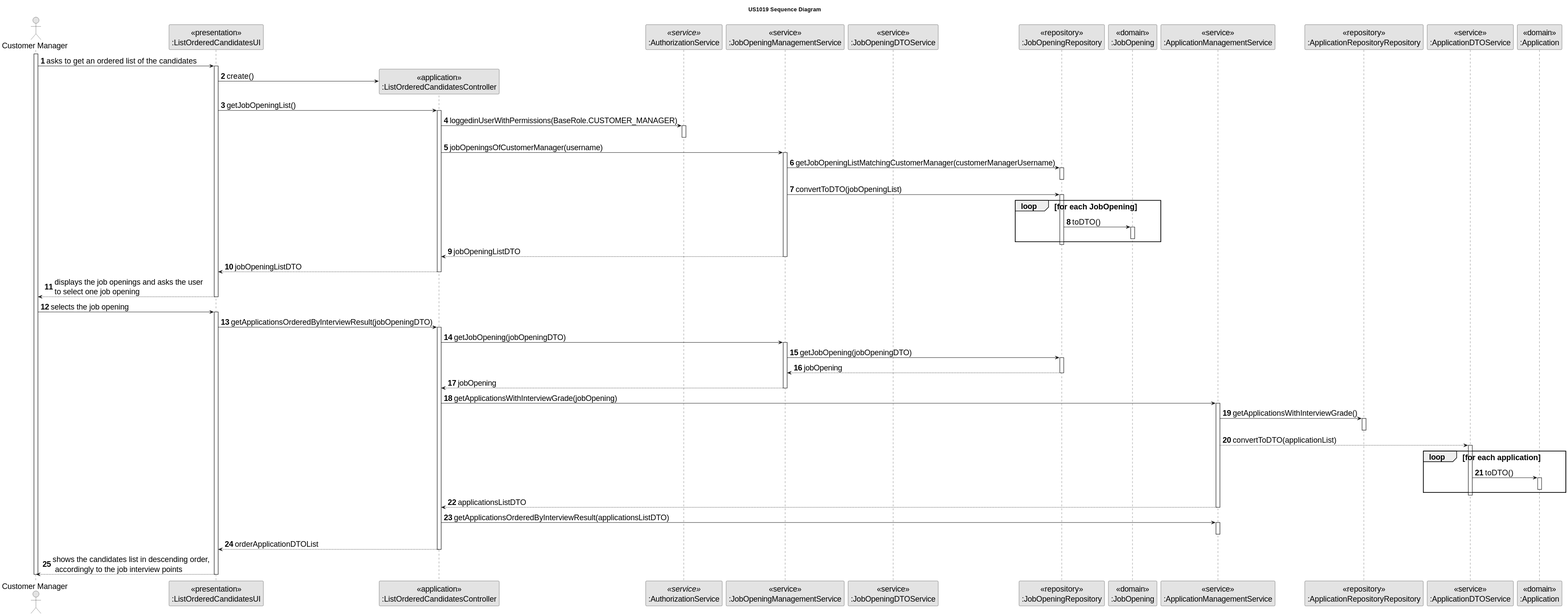
Before: docs/sprint-c/us_1019/SD/US1019_SD.svg, a diagram exported from PlantUML (rita-barbosa/LAPR4-2324).
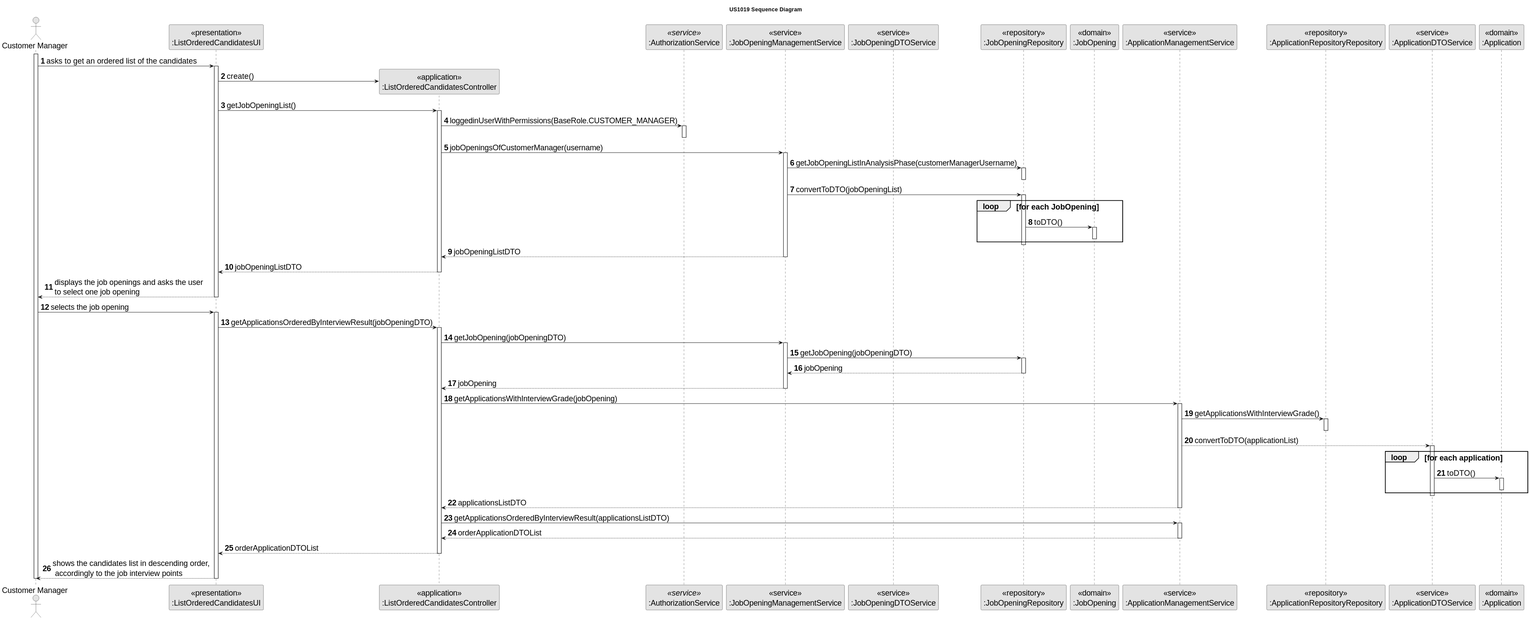
The same diagram one commit later.

What changed in the source:
```diff
@@ -39,7 +39,7 @@
     CTRL -> JobManagement: jobOpeningsOfCustomerManager(username)
     activate JobManagement
 
-    JobManagement -> JobOpeningRepository : getJobOpeningListMatchingCustomerManager(customerManagerUsername)
+    JobManagement -> JobOpeningRepository : getJobOpeningListInAnalysisPhase(customerManagerUsername)
     activate JobOpeningRepository
     deactivate JobOpeningRepository
 
@@ -106,6 +106,8 @@
 
     CTRL -> AppManagement : getApplicationsOrderedByInterviewResult(applicationsListDTO)
     activate AppManagement
+
+    AppManagement --> CTRL : orderApplicationDTOList
     deactivate AppManagement
 
 
```
